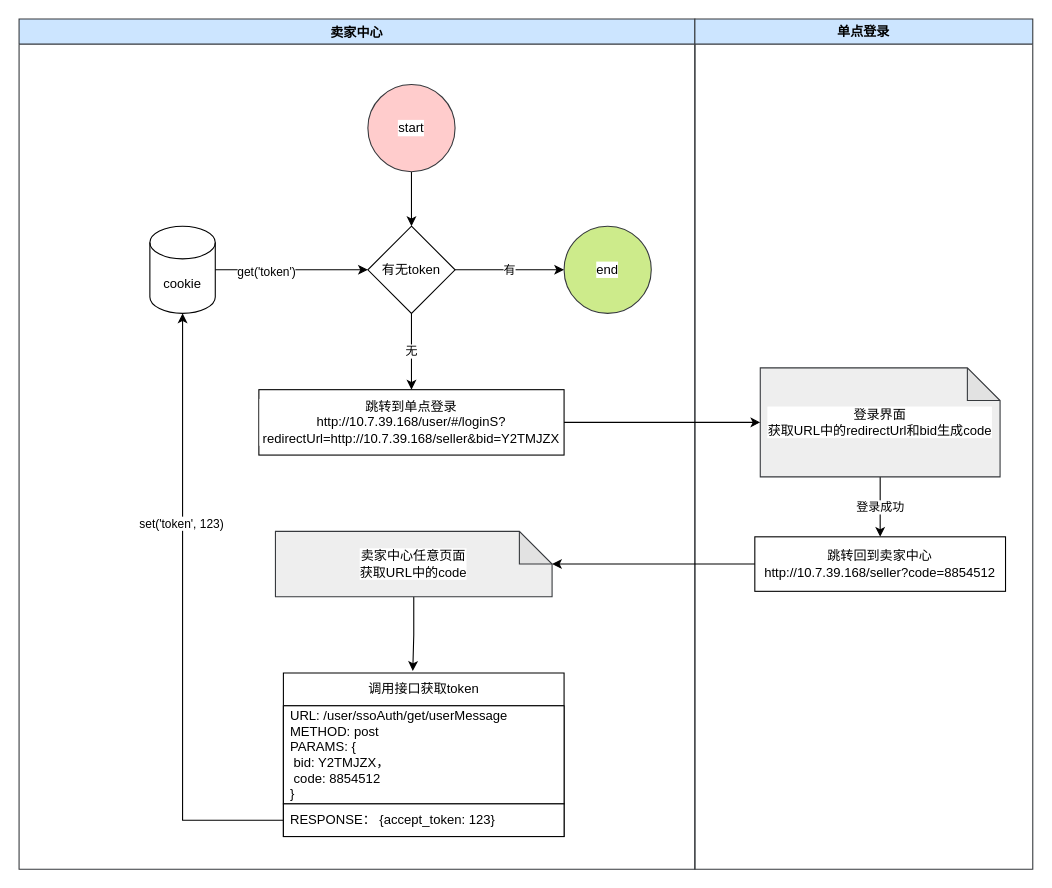
This is Untitled Diagram.drawio from danny0513/diagrams, a draw.io file, before an edit. Source tidied: cells renumbered, new cells numbered last; positions are measured from the earlier drawing's top-left corner, leaving out a move shared by most shapes. Both pictures are drawn from the tidied source at 109%, with x=0, y=0 at pixel (19, 19).
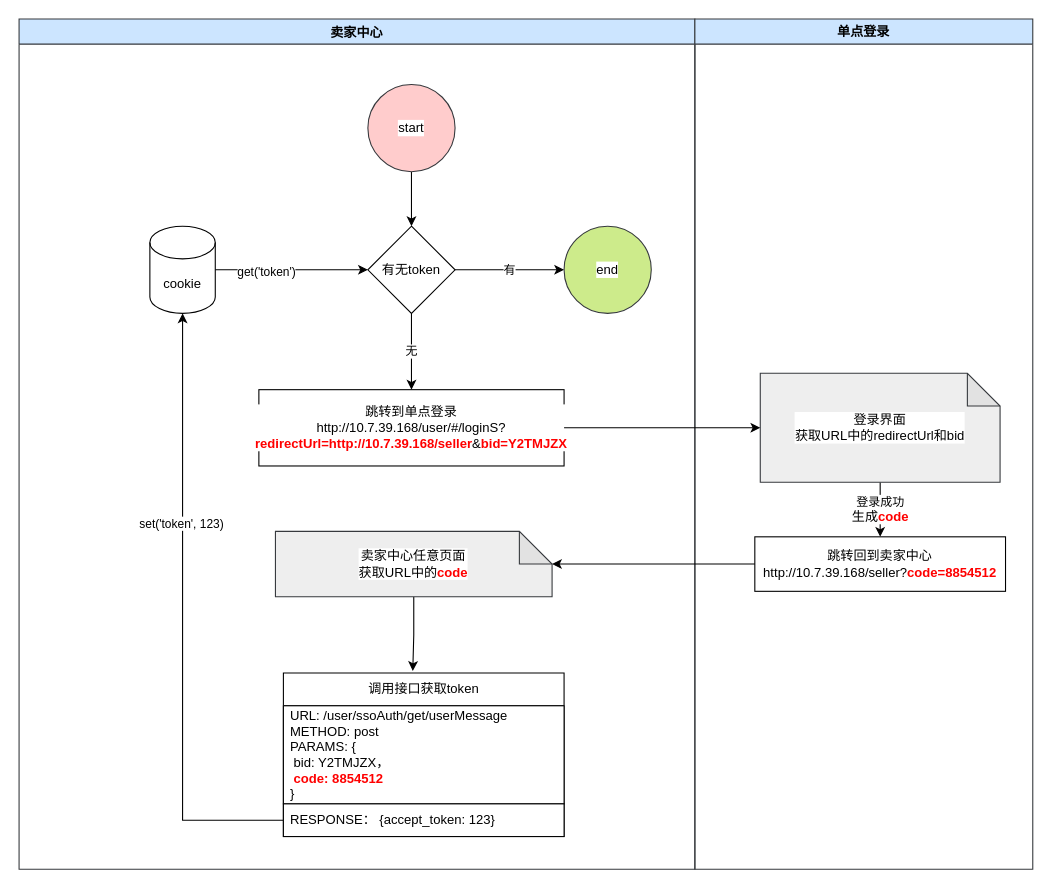
The same page after the edit.

Unchanged cells that the change refers to:
```xml
<mxCell id="2" value="卖家中心" style="swimlane;strokeColor=#36393d;fillColor=#cce5ff;fontColor=default;" parent="1" vertex="1">
  <mxGeometry width="620" height="780" as="geometry" />
</mxCell>
<mxCell id="7" value="调用接口获取token" style="swimlane;fontStyle=0;horizontal=1;startSize=30;labelBackgroundColor=default;fontColor=default;strokeColor=default;fillColor=default;align=center;html=1;" parent="2" vertex="1">
  <mxGeometry x="242.5" y="600" width="257.5" height="150" as="geometry" />
</mxCell>
<mxCell id="20" value="单点登录" style="swimlane;strokeColor=#36393d;fillColor=#cce5ff;whiteSpace=wrap;fontColor=default;" parent="1" vertex="1">
  <mxGeometry x="620" width="310" height="780" as="geometry" />
</mxCell>
```

Change to the diagram source:
```diff
@@
-    <mxCell id="4" value="&lt;span&gt;跳转到单点登录&lt;br&gt;http://10.7.39.168/user/#/loginS?redirectUrl=http://10.7.39.168/seller&amp;amp;bid=Y2TMJZX&lt;/span&gt;" style="rounded=0;whiteSpace=wrap;html=1;labelBackgroundColor=default;fontColor=default;strokeColor=default;fillColor=default;align=center;" parent="2" vertex="1">
-      <mxGeometry x="220" y="340" width="280" height="60" as="geometry" />
+    <mxCell id="4" value="跳转到单点登录&lt;br&gt;http://10.7.39.168/user/#/loginS?&lt;b&gt;&lt;font color=&quot;#ff0000&quot;&gt;redirectUrl=http://10.7.39.168/seller&lt;/font&gt;&lt;/b&gt;&amp;amp;&lt;b&gt;&lt;font color=&quot;#ff0000&quot;&gt;bid=Y2TMJZX&lt;/font&gt;&lt;/b&gt;" style="rounded=0;whiteSpace=wrap;html=1;labelBackgroundColor=default;fontColor=default;strokeColor=default;fillColor=default;align=center;" parent="2" vertex="1">
+      <mxGeometry x="220" y="340" width="280" height="70" as="geometry" />
     </mxCell>
@@
-    <mxCell id="8" value="&lt;span style=&quot;text-align: center&quot;&gt;URL: /user/ssoAuth/get/userMessage&lt;br&gt;&lt;/span&gt;METHOD: post&lt;br&gt;PARAMS: {&lt;br&gt;&lt;span&gt; &lt;/span&gt;&lt;span style=&quot;white-space: pre&quot;&gt; &lt;/span&gt;bid: Y2TMJZX，&lt;br&gt;&lt;span&gt; &lt;/span&gt;&lt;span style=&quot;white-space: pre&quot;&gt; &lt;/span&gt;code:&amp;nbsp;&lt;span style=&quot;text-align: center&quot;&gt;8854512&lt;br&gt;}&lt;/span&gt;" style="text;strokeColor=default;fillColor=default;align=left;verticalAlign=middle;spacingLeft=4;spacingRight=4;overflow=hidden;labelBackgroundColor=default;fontColor=default;html=1;" parent="7" vertex="1">
+    <mxCell id="8" value="&lt;span style=&quot;text-align: center&quot;&gt;URL: /user/ssoAuth/get/userMessage&lt;br&gt;&lt;/span&gt;METHOD: post&lt;br&gt;PARAMS: {&lt;br&gt;&lt;span&gt; &lt;/span&gt;&lt;span style=&quot;white-space: pre&quot;&gt; &lt;/span&gt;bid: Y2TMJZX，&lt;br&gt;&lt;span&gt; &lt;/span&gt;&lt;span style=&quot;white-space: pre&quot;&gt; &lt;/span&gt;&lt;b&gt;&lt;font color=&quot;#ff0000&quot;&gt;code:&amp;nbsp;&lt;/font&gt;&lt;/b&gt;&lt;span style=&quot;text-align: center&quot;&gt;&lt;b&gt;&lt;font color=&quot;#ff0000&quot;&gt;8854512&lt;/font&gt;&lt;/b&gt;&lt;br&gt;}&lt;/span&gt;" style="text;strokeColor=default;fillColor=default;align=left;verticalAlign=middle;spacingLeft=4;spacingRight=4;overflow=hidden;labelBackgroundColor=default;fontColor=default;html=1;" parent="7" vertex="1">
       <mxGeometry y="30" width="257.5" height="90" as="geometry" />
     </mxCell>
@@
-    <mxCell id="11" value="卖家中心任意页面&lt;br&gt;获取URL中的code" style="shape=note;whiteSpace=wrap;html=1;backgroundOutline=1;darkOpacity=0.05;labelBackgroundColor=default;strokeColor=#36393d;fillColor=#eeeeee;align=center;fontColor=default;" parent="2" vertex="1">
+    <mxCell id="11" value="卖家中心任意页面&lt;br&gt;获取URL中的&lt;b&gt;&lt;font color=&quot;#ff0000&quot;&gt;code&lt;/font&gt;&lt;/b&gt;" style="shape=note;whiteSpace=wrap;html=1;backgroundOutline=1;darkOpacity=0.05;labelBackgroundColor=default;strokeColor=#36393d;fillColor=#eeeeee;align=center;fontColor=default;" parent="2" vertex="1">
       <mxGeometry x="235.2" y="470" width="253.8" height="60" as="geometry" />
     </mxCell>
@@
-    <mxCell id="21" value="登录成功" style="edgeStyle=orthogonalEdgeStyle;rounded=0;jettySize=auto;html=1;entryX=0.5;entryY=0;entryDx=0;entryDy=0;labelBackgroundColor=default;fontColor=default;strokeColor=default;fillColor=default;exitX=0.5;exitY=1;exitDx=0;exitDy=0;exitPerimeter=0;" parent="20" edge="1" source="23" target="22">
+    <mxCell id="21" value="登录成功&lt;br&gt;&lt;span style=&quot;font-size: 12px&quot;&gt;生成&lt;b&gt;&lt;font color=&quot;#ff0000&quot;&gt;code&lt;/font&gt;&lt;/b&gt;&lt;/span&gt;" style="edgeStyle=orthogonalEdgeStyle;rounded=0;jettySize=auto;html=1;entryX=0.5;entryY=0;entryDx=0;entryDy=0;labelBackgroundColor=default;fontColor=default;strokeColor=default;fillColor=default;exitX=0.5;exitY=1;exitDx=0;exitDy=0;exitPerimeter=0;" parent="20" edge="1" source="23" target="22">
       <mxGeometry relative="1" as="geometry" />
     </mxCell>
-    <mxCell id="22" value="跳转回到卖家中心&lt;br&gt;&lt;span&gt;http://10.7.39.168/seller?code=8854512&lt;/span&gt;&lt;br&gt;" style="rounded=0;whiteSpace=wrap;html=1;labelBackgroundColor=default;fontColor=default;strokeColor=default;fillColor=default;align=center;" parent="20" vertex="1">
+    <mxCell id="22" value="跳转回到卖家中心&lt;br&gt;http://10.7.39.168/seller?&lt;b&gt;&lt;font color=&quot;#ff0000&quot;&gt;code=8854512&lt;/font&gt;&lt;/b&gt;&lt;br&gt;" style="rounded=0;whiteSpace=wrap;html=1;labelBackgroundColor=default;fontColor=default;strokeColor=default;fillColor=default;align=center;" parent="20" vertex="1">
       <mxGeometry x="55" y="475" width="230" height="50" as="geometry" />
     </mxCell>
-    <mxCell id="23" value="&lt;span style=&quot;&quot;&gt;登录界面&lt;/span&gt;&lt;br style=&quot;&quot;&gt;&lt;span style=&quot;&quot;&gt;获取URL中的&lt;/span&gt;&lt;span&gt;redirectUrl和&lt;/span&gt;&lt;span&gt;bid生成code&lt;/span&gt;" style="shape=note;whiteSpace=wrap;html=1;backgroundOutline=1;darkOpacity=0.05;labelBackgroundColor=default;strokeColor=#36393d;fillColor=#eeeeee;align=center;fontColor=default;" parent="20" vertex="1">
-      <mxGeometry x="60" y="320" width="220" height="100" as="geometry" />
+    <mxCell id="23" value="&lt;span&gt;登录界面&lt;/span&gt;&lt;br&gt;&lt;span&gt;获取URL中的&lt;/span&gt;&lt;span&gt;redirectUrl和&lt;/span&gt;&lt;span&gt;bid&lt;/span&gt;" style="shape=note;whiteSpace=wrap;html=1;backgroundOutline=1;darkOpacity=0.05;labelBackgroundColor=default;strokeColor=#36393d;fillColor=#eeeeee;align=center;fontColor=default;" parent="20" vertex="1">
+      <mxGeometry x="60" y="325" width="220" height="100" as="geometry" />
     </mxCell>
```
